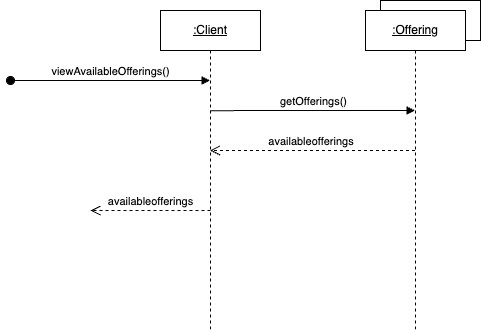
This is artifacts/usecase-processbookings/view-available-offerings-interaction-diagram.png from vinishamanek/SOEN342, a draw.io export, as it was before one commit. Source tidied: cells renumbered, new cells last; positions are measured from the earlier drawing's top-left corner, leaving out a move shared by most shapes.
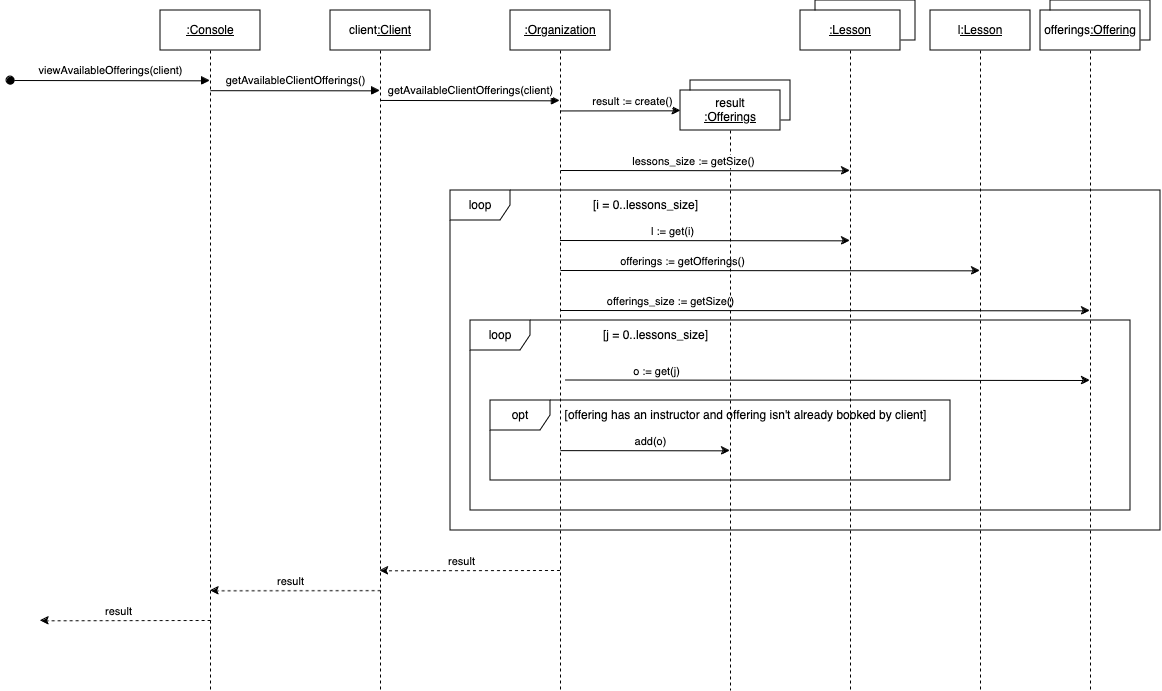
The same file after the commit.

Commit message:
Refine view offerings diagram

Change to the diagram source:
```diff
@@ -2,42 +2,178 @@
   <root>
     <mxCell id="0" />
     <mxCell id="1" parent="0" />
+    <mxCell id="9" style="rounded=0;whiteSpace=wrap;html=1;" parent="1" vertex="1">
+      <mxGeometry x="245" y="80" width="100" height="40" as="geometry" />
+    </mxCell>
+    <mxCell id="10" style="rounded=0;whiteSpace=wrap;html=1;" parent="1" vertex="1">
+      <mxGeometry x="605" width="100" height="40" as="geometry" />
+    </mxCell>
-    <mxCell id="2" value="&lt;u&gt;:Client&lt;/u&gt;" style="shape=umlLifeline;perimeter=lifelinePerimeter;whiteSpace=wrap;html=1;outlineConnect=0;portConstraint=eastwest;newEdgeStyle={&quot;edgeStyle&quot;:&quot;elbowEdgeStyle&quot;,&quot;elbow&quot;:&quot;vertical&quot;,&quot;curved&quot;:0,&quot;rounded&quot;:0};" parent="1" vertex="1">
-      <mxGeometry x="150" y="10" width="100" height="320" as="geometry" />
+    <mxCell id="2" value="&lt;u&gt;:Console&lt;/u&gt;" style="shape=umlLifeline;perimeter=lifelinePerimeter;whiteSpace=wrap;html=1;outlineConnect=0;portConstraint=eastwest;newEdgeStyle={&quot;edgeStyle&quot;:&quot;elbowEdgeStyle&quot;,&quot;elbow&quot;:&quot;vertical&quot;,&quot;curved&quot;:0,&quot;rounded&quot;:0};" parent="1" vertex="1">
+      <mxGeometry x="-285" y="10" width="100" height="680" as="geometry" />
     </mxCell>
-    <mxCell id="3" value="getOfferings()" style="html=1;verticalAlign=bottom;endArrow=block;edgeStyle=elbowEdgeStyle;elbow=vertical;curved=0;rounded=0;" parent="1" edge="1">
+    <mxCell id="3" value="getAvailableClientOfferings()" style="html=1;verticalAlign=bottom;endArrow=block;edgeStyle=elbowEdgeStyle;elbow=vertical;curved=0;rounded=0;" parent="1" edge="1">
       <mxGeometry relative="1" as="geometry">
-        <mxPoint x="200" y="110.1" as="sourcePoint" />
-        <mxPoint x="404.5" y="110" as="targetPoint" />
+        <mxPoint x="-235" y="90.2" as="sourcePoint" />
+        <mxPoint x="-65.5" y="90" as="targetPoint" />
       </mxGeometry>
     </mxCell>
-    <mxCell id="4" value="viewAvailableOfferings()" style="html=1;verticalAlign=bottom;startArrow=oval;endArrow=block;startSize=8;edgeStyle=elbowEdgeStyle;elbow=vertical;curved=0;rounded=0;" parent="1" edge="1">
+    <mxCell id="4" value="viewAvailableOfferings(client)" style="html=1;verticalAlign=bottom;startArrow=oval;endArrow=block;startSize=8;edgeStyle=elbowEdgeStyle;elbow=vertical;curved=0;rounded=0;" parent="1" edge="1">
       <mxGeometry relative="1" as="geometry">
-        <mxPoint y="80" as="sourcePoint" />
-        <mxPoint x="199.5" y="80.1" as="targetPoint" />
+        <mxPoint x="-435" y="80" as="sourcePoint" />
+        <mxPoint x="-235.5" y="80.1" as="targetPoint" />
       </mxGeometry>
     </mxCell>
-    <mxCell id="5" value="availableofferings" style="html=1;verticalAlign=bottom;endArrow=open;dashed=1;endSize=8;edgeStyle=elbowEdgeStyle;elbow=horizontal;curved=0;rounded=0;" parent="1" edge="1">
-      <mxGeometry relative="1" as="geometry">
-        <mxPoint x="200" y="210" as="sourcePoint" />
-        <mxPoint x="80" y="210" as="targetPoint" />
-        <Array as="points">
-          <mxPoint x="125" y="210" />
-        </Array>
-      </mxGeometry>
-    </mxCell>
     <mxCell id="6" style="rounded=0;whiteSpace=wrap;html=1;" parent="1" vertex="1">
       <mxGeometry x="370" width="100" height="40" as="geometry" />
     </mxCell>
-    <mxCell id="7" value="&lt;u&gt;:Offering&lt;/u&gt;" style="shape=umlLifeline;perimeter=lifelinePerimeter;whiteSpace=wrap;html=1;outlineConnect=0;portConstraint=eastwest;newEdgeStyle={&quot;edgeStyle&quot;:&quot;elbowEdgeStyle&quot;,&quot;elbow&quot;:&quot;vertical&quot;,&quot;curved&quot;:0,&quot;rounded&quot;:0};" parent="1" vertex="1">
-      <mxGeometry x="355" y="10" width="100" height="320" as="geometry" />
+    <mxCell id="7" value="&lt;u&gt;:Lesson&lt;/u&gt;" style="shape=umlLifeline;perimeter=lifelinePerimeter;whiteSpace=wrap;html=1;outlineConnect=0;portConstraint=eastwest;newEdgeStyle={&quot;edgeStyle&quot;:&quot;elbowEdgeStyle&quot;,&quot;elbow&quot;:&quot;vertical&quot;,&quot;curved&quot;:0,&quot;rounded&quot;:0};" parent="1" vertex="1">
+      <mxGeometry x="355" y="10" width="100" height="680" as="geometry" />
     </mxCell>
-    <mxCell id="8" value="availableofferings&amp;nbsp;" style="html=1;verticalAlign=bottom;endArrow=open;dashed=1;endSize=8;edgeStyle=elbowEdgeStyle;elbow=horizontal;curved=0;rounded=0;" parent="1" edge="1" source="7" target="2">
-      <mxGeometry relative="1" as="geometry">
-        <Array as="points">
-          <mxPoint x="275" y="150" />
-        </Array>
-      </mxGeometry>
-    </mxCell>
+    <mxCell id="11" value="client&lt;u&gt;:Client&lt;/u&gt;" style="shape=umlLifeline;perimeter=lifelinePerimeter;whiteSpace=wrap;html=1;newEdgeStyle={&quot;edgeStyle&quot;:&quot;elbowEdgeStyle&quot;,&quot;elbow&quot;:&quot;vertical&quot;,&quot;curved&quot;:0,&quot;rounded&quot;:0};" parent="1" vertex="1">
+      <mxGeometry x="-115" y="10" width="100" height="680" as="geometry" />
+    </mxCell>
+    <mxCell id="12" style="edgeStyle=elbowEdgeStyle;rounded=0;jettySize=auto;html=1;elbow=vertical;curved=0;" parent="1" edge="1" target="7">
+      <mxGeometry relative="1" as="geometry">
+        <mxPoint x="114.5" y="240" as="sourcePoint" />
+      </mxGeometry>
+    </mxCell>
+    <mxCell id="13" value="l := get(i)" style="edgeLabel;html=1;align=center;verticalAlign=middle;" parent="12" vertex="1">
+      <mxGeometry x="-0.36" y="-1" relative="1" as="geometry">
+        <mxPoint x="19" y="-11" as="offset" />
+      </mxGeometry>
+    </mxCell>
+    <mxCell id="14" style="edgeStyle=elbowEdgeStyle;rounded=0;jettySize=auto;html=1;elbow=vertical;curved=0;" parent="1" edge="1" target="22">
+      <mxGeometry relative="1" as="geometry">
+        <mxPoint x="114.5" y="310" as="sourcePoint" />
+      </mxGeometry>
+    </mxCell>
+    <mxCell id="15" value="offerings_size := getSize()" style="edgeLabel;html=1;align=center;verticalAlign=middle;" parent="14" vertex="1">
+      <mxGeometry x="-0.19" y="-3" relative="1" as="geometry">
+        <mxPoint x="-103" y="-13" as="offset" />
+      </mxGeometry>
+    </mxCell>
+    <mxCell id="16" style="edgeStyle=elbowEdgeStyle;rounded=0;orthogonalLoop=1;jettySize=auto;html=1;elbow=vertical;curved=0;" parent="1" edge="1">
+      <mxGeometry relative="1" as="geometry">
+        <mxPoint x="114.6" y="110.5" as="sourcePoint" />
+        <mxPoint x="235" y="110" as="targetPoint" />
+      </mxGeometry>
+    </mxCell>
+    <mxCell id="17" value="result := create()" style="edgeLabel;html=1;align=center;verticalAlign=middle;" parent="16" vertex="1">
+      <mxGeometry x="-0.24" y="-2" relative="1" as="geometry">
+        <mxPoint x="25" y="-12" as="offset" />
+      </mxGeometry>
+    </mxCell>
+    <mxCell id="18" style="edgeStyle=elbowEdgeStyle;rounded=0;orthogonalLoop=1;jettySize=auto;html=1;elbow=vertical;curved=0;dashed=1;" parent="1" edge="1">
+      <mxGeometry relative="1" as="geometry">
+        <mxPoint x="114.5" y="570" as="sourcePoint" />
+        <mxPoint x="-65.7" y="570" as="targetPoint" />
+      </mxGeometry>
+    </mxCell>
+    <mxCell id="19" value="result" style="edgeLabel;html=1;align=center;verticalAlign=middle;" parent="18" vertex="1">
+      <mxGeometry x="0.34" y="-1" relative="1" as="geometry">
+        <mxPoint x="22" y="-9" as="offset" />
+      </mxGeometry>
+    </mxCell>
+    <mxCell id="20" value="&lt;u&gt;:Organization&lt;/u&gt;" style="shape=umlLifeline;perimeter=lifelinePerimeter;whiteSpace=wrap;html=1;newEdgeStyle={&quot;edgeStyle&quot;:&quot;elbowEdgeStyle&quot;,&quot;elbow&quot;:&quot;vertical&quot;,&quot;curved&quot;:0,&quot;rounded&quot;:0};" parent="1" vertex="1">
+      <mxGeometry x="65" y="10" width="100" height="680" as="geometry" />
+    </mxCell>
+    <mxCell id="21" value="getAvailableClientOfferings(client)" style="html=1;verticalAlign=bottom;endArrow=block;edgeStyle=elbowEdgeStyle;elbow=vertical;curved=0;rounded=0;" parent="1" edge="1">
+      <mxGeometry relative="1" as="geometry">
+        <mxPoint x="-65" y="99.9" as="sourcePoint" />
+        <mxPoint x="114.5" y="99.8" as="targetPoint" />
+      </mxGeometry>
+    </mxCell>
+    <mxCell id="22" value="offerings&lt;u&gt;:Offering&lt;/u&gt;" style="shape=umlLifeline;perimeter=lifelinePerimeter;whiteSpace=wrap;html=1;outlineConnect=0;portConstraint=eastwest;newEdgeStyle={&quot;edgeStyle&quot;:&quot;elbowEdgeStyle&quot;,&quot;elbow&quot;:&quot;vertical&quot;,&quot;curved&quot;:0,&quot;rounded&quot;:0};" parent="1" vertex="1">
+      <mxGeometry x="595" y="10" width="100" height="680" as="geometry" />
+    </mxCell>
+    <mxCell id="23" value="loop" style="shape=umlFrame;whiteSpace=wrap;html=1;" parent="1" vertex="1">
+      <mxGeometry x="5" y="190" width="710" height="340" as="geometry" />
+    </mxCell>
+    <mxCell id="24" value="[i = 0..lessons_size]" style="text;html=1;align=center;verticalAlign=middle;strokeColor=none;fillColor=none;" parent="1" vertex="1">
+      <mxGeometry x="135" y="190" width="130" height="30" as="geometry" />
+    </mxCell>
+    <mxCell id="25" style="edgeStyle=elbowEdgeStyle;rounded=0;jettySize=auto;html=1;elbow=vertical;curved=0;" parent="1" edge="1" target="27">
+      <mxGeometry relative="1" as="geometry">
+        <mxPoint x="115" y="270" as="sourcePoint" />
+      </mxGeometry>
+    </mxCell>
+    <mxCell id="26" value="offerings := getOfferings() " style="edgeLabel;html=1;align=center;verticalAlign=middle;" parent="25" vertex="1">
+      <mxGeometry x="-0.36" y="-1" relative="1" as="geometry">
+        <mxPoint x="-14" y="-11" as="offset" />
+      </mxGeometry>
+    </mxCell>
+    <mxCell id="27" value="l&lt;u&gt;:Lesson&lt;/u&gt;" style="shape=umlLifeline;perimeter=lifelinePerimeter;whiteSpace=wrap;html=1;outlineConnect=0;portConstraint=eastwest;newEdgeStyle={&quot;edgeStyle&quot;:&quot;elbowEdgeStyle&quot;,&quot;elbow&quot;:&quot;vertical&quot;,&quot;curved&quot;:0,&quot;rounded&quot;:0};" parent="1" vertex="1">
+      <mxGeometry x="485" y="10" width="100" height="680" as="geometry" />
+    </mxCell>
+    <mxCell id="28" value="result&lt;u&gt;&lt;br&gt;:Offerings&lt;/u&gt;" style="shape=umlLifeline;perimeter=lifelinePerimeter;whiteSpace=wrap;html=1;outlineConnect=0;portConstraint=eastwest;newEdgeStyle={&quot;edgeStyle&quot;:&quot;elbowEdgeStyle&quot;,&quot;elbow&quot;:&quot;vertical&quot;,&quot;curved&quot;:0,&quot;rounded&quot;:0};" parent="1" vertex="1">
+      <mxGeometry x="235" y="90" width="100" height="600" as="geometry" />
+    </mxCell>
+    <mxCell id="29" style="edgeStyle=elbowEdgeStyle;rounded=0;jettySize=auto;html=1;elbow=vertical;curved=0;" parent="1" edge="1" target="7">
+      <mxGeometry relative="1" as="geometry">
+        <mxPoint x="115" y="170" as="sourcePoint" />
+      </mxGeometry>
+    </mxCell>
+    <mxCell id="30" value="lessons_size := getSize()" style="edgeLabel;html=1;align=center;verticalAlign=middle;" parent="29" vertex="1">
+      <mxGeometry x="-0.19" y="-3" relative="1" as="geometry">
+        <mxPoint x="16" y="-13" as="offset" />
+      </mxGeometry>
+    </mxCell>
+    <mxCell id="31" value="loop" style="shape=umlFrame;whiteSpace=wrap;html=1;" parent="1" vertex="1">
+      <mxGeometry x="25" y="320" width="660" height="190" as="geometry" />
+    </mxCell>
+    <mxCell id="32" value="[j = 0..lessons_size]" style="text;html=1;align=center;verticalAlign=middle;strokeColor=none;fillColor=none;" parent="1" vertex="1">
+      <mxGeometry x="145" y="320" width="130" height="30" as="geometry" />
+    </mxCell>
+    <mxCell id="33" style="edgeStyle=elbowEdgeStyle;rounded=0;jettySize=auto;html=1;elbow=vertical;curved=0;" parent="1" edge="1" target="22">
+      <mxGeometry relative="1" as="geometry">
+        <mxPoint x="120" y="379.5" as="sourcePoint" />
+        <Array as="points">
+          <mxPoint x="115" y="380" />
+        </Array>
+      </mxGeometry>
+    </mxCell>
+    <mxCell id="34" value="o := get(j)" style="edgeLabel;html=1;align=center;verticalAlign=middle;" parent="33" vertex="1">
+      <mxGeometry x="-0.36" y="-1" relative="1" as="geometry">
+        <mxPoint x="-78" y="-11" as="offset" />
+      </mxGeometry>
+    </mxCell>
+    <mxCell id="35" style="edgeStyle=elbowEdgeStyle;rounded=0;jettySize=auto;html=1;elbow=vertical;curved=0;" parent="1" edge="1" target="28">
+      <mxGeometry relative="1" as="geometry">
+        <mxPoint x="115" y="450.1" as="sourcePoint" />
+      </mxGeometry>
+    </mxCell>
+    <mxCell id="36" value="add(o)" style="edgeLabel;html=1;align=center;verticalAlign=middle;" parent="35" vertex="1">
+      <mxGeometry x="-0.24" y="-2" relative="1" as="geometry">
+        <mxPoint x="24" y="-12" as="offset" />
+      </mxGeometry>
+    </mxCell>
+    <mxCell id="37" value="opt" style="shape=umlFrame;whiteSpace=wrap;html=1;" parent="1" vertex="1">
+      <mxGeometry x="45" y="400" width="460" height="80" as="geometry" />
+    </mxCell>
+    <mxCell id="38" value="[offering has an instructor and offering isn't already booked by client]" style="text;html=1;align=center;verticalAlign=middle;strokeColor=none;fillColor=none;" parent="1" vertex="1">
+      <mxGeometry x="105" y="400" width="390" height="30" as="geometry" />
+    </mxCell>
+    <mxCell id="39" style="edgeStyle=elbowEdgeStyle;rounded=0;orthogonalLoop=1;jettySize=auto;html=1;elbow=vertical;curved=0;dashed=1;" parent="1" edge="1">
+      <mxGeometry relative="1" as="geometry">
+        <mxPoint x="-64.8" y="590.2" as="sourcePoint" />
+        <mxPoint x="-235" y="590.2" as="targetPoint" />
+      </mxGeometry>
+    </mxCell>
+    <mxCell id="40" value="result" style="edgeLabel;html=1;align=center;verticalAlign=middle;" parent="39" vertex="1">
+      <mxGeometry x="0.34" y="-1" relative="1" as="geometry">
+        <mxPoint x="22" y="-9" as="offset" />
+      </mxGeometry>
+    </mxCell>
+    <mxCell id="41" style="edgeStyle=elbowEdgeStyle;rounded=0;orthogonalLoop=1;jettySize=auto;html=1;elbow=vertical;curved=0;dashed=1;" parent="1" edge="1">
+      <mxGeometry relative="1" as="geometry">
+        <mxPoint x="-234.8" y="620" as="sourcePoint" />
+        <mxPoint x="-405" y="620" as="targetPoint" />
+      </mxGeometry>
+    </mxCell>
+    <mxCell id="42" value="result" style="edgeLabel;html=1;align=center;verticalAlign=middle;" parent="41" vertex="1">
+      <mxGeometry x="0.34" y="-1" relative="1" as="geometry">
+        <mxPoint x="22" y="-9" as="offset" />
+      </mxGeometry>
+    </mxCell>
   </root>
 </mxGraphModel>
```
